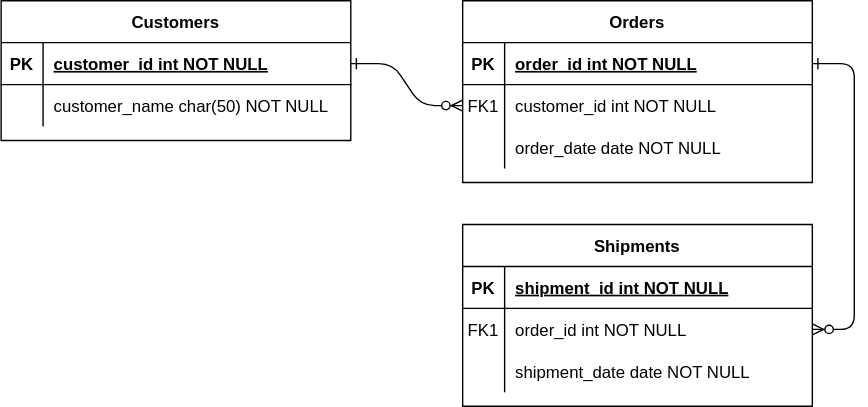
valleymoomin/fastcampus-project-board keeps this draw.io diagram as project-board-erd.svg. Above is the earlier version. Source tidied: cells renumbered, new cells last; positions are measured from the earlier drawing's top-left corner, leaving out a move shared by most shapes.
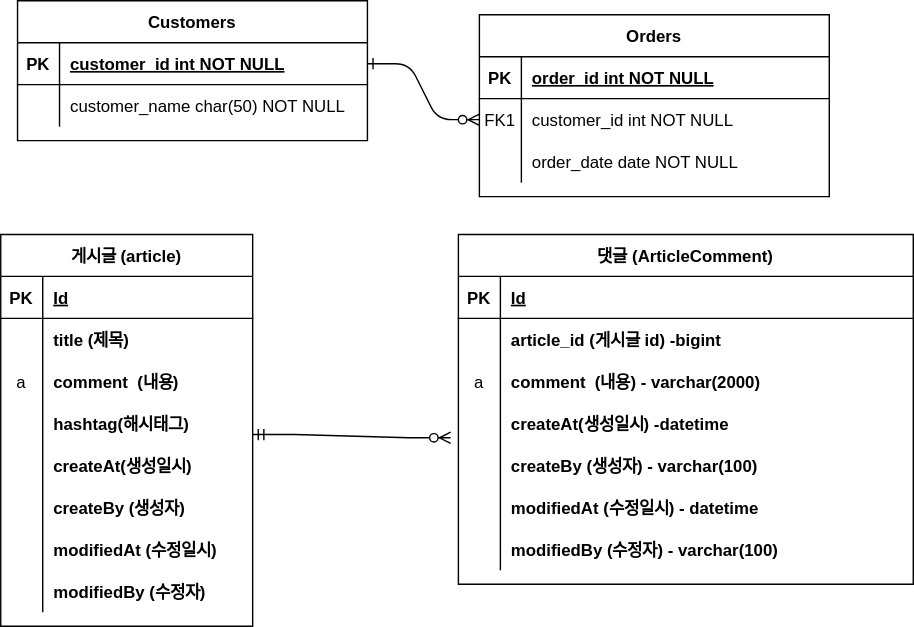
Above is the later version.

Change to the diagram source:
```diff
@@ -5,9 +5,6 @@
     <mxCell id="2" style="edgeStyle=entityRelationEdgeStyle;endArrow=ERzeroToMany;startArrow=ERone;endFill=1;startFill=0;" parent="1" edge="1" source="25" target="8">
       <mxGeometry relative="1" as="geometry" />
     </mxCell>
-    <mxCell id="3" style="edgeStyle=entityRelationEdgeStyle;endArrow=ERzeroToMany;startArrow=ERone;endFill=1;startFill=0;" parent="1" edge="1" source="5" target="18">
-      <mxGeometry relative="1" as="geometry" />
-    </mxCell>
     <mxCell id="4" value="Orders" style="shape=table;startSize=30;rowLines=0;fontStyle=1;align=center;" parent="1" vertex="1">
       <mxGeometry x="330" width="250" height="130" as="geometry" />
     </mxCell>
@@ -38,38 +35,8 @@
     <mxCell id="13" value="order_date date NOT NULL" style="shape=partialRectangle;overflow=hidden;fillColor=none;top=0;left=0;bottom=0;right=0;align=left;spacingLeft=6;" parent="11" vertex="1">
       <mxGeometry x="30" width="220" height="30" as="geometry" />
     </mxCell>
-    <mxCell id="14" value="Shipments" style="shape=table;startSize=30;rowLines=0;fontStyle=1;align=center;" parent="1" vertex="1">
-      <mxGeometry x="330" y="160" width="250" height="130" as="geometry" />
-    </mxCell>
-    <mxCell id="15" style="shape=partialRectangle;fillColor=none;top=0;left=0;right=0;bottom=1;" parent="14" vertex="1">
-      <mxGeometry y="30" width="250" height="30" as="geometry" />
-    </mxCell>
-    <mxCell id="16" value="PK" style="shape=partialRectangle;overflow=hidden;fillColor=none;top=0;left=0;bottom=0;right=0;fontStyle=1;" parent="15" vertex="1">
-      <mxGeometry width="30" height="30" as="geometry" />
-    </mxCell>
-    <mxCell id="17" value="shipment_id int NOT NULL " style="shape=partialRectangle;overflow=hidden;fillColor=none;top=0;left=0;bottom=0;right=0;align=left;spacingLeft=6;fontStyle=5;" parent="15" vertex="1">
-      <mxGeometry x="30" width="220" height="30" as="geometry" />
-    </mxCell>
-    <mxCell id="18" style="shape=partialRectangle;fillColor=none;points=[[0,0.5],[1,0.5]];portConstraint=eastwest;top=0;left=0;right=0;bottom=0;" parent="14" vertex="1">
-      <mxGeometry y="60" width="250" height="30" as="geometry" />
-    </mxCell>
-    <mxCell id="19" value="FK1" style="shape=partialRectangle;overflow=hidden;fillColor=none;top=0;left=0;bottom=0;right=0;" parent="18" vertex="1">
-      <mxGeometry width="30" height="30" as="geometry" />
-    </mxCell>
-    <mxCell id="20" value="order_id int NOT NULL" style="shape=partialRectangle;overflow=hidden;fillColor=none;top=0;left=0;bottom=0;right=0;align=left;spacingLeft=6;" parent="18" vertex="1">
-      <mxGeometry x="30" width="220" height="30" as="geometry" />
-    </mxCell>
-    <mxCell id="21" style="shape=partialRectangle;fillColor=none;top=0;left=0;right=0;bottom=0;" parent="14" vertex="1">
-      <mxGeometry y="90" width="250" height="30" as="geometry" />
-    </mxCell>
-    <mxCell id="22" style="shape=partialRectangle;overflow=hidden;fillColor=none;top=0;left=0;bottom=0;right=0;" parent="21" vertex="1">
-      <mxGeometry width="30" height="30" as="geometry" />
-    </mxCell>
-    <mxCell id="23" value="shipment_date date NOT NULL" style="shape=partialRectangle;overflow=hidden;fillColor=none;top=0;left=0;bottom=0;right=0;align=left;spacingLeft=6;" parent="21" vertex="1">
-      <mxGeometry x="30" width="220" height="30" as="geometry" />
-    </mxCell>
     <mxCell id="24" value="Customers" style="shape=table;startSize=30;rowLines=0;fontStyle=1;align=center;" parent="1" vertex="1">
-      <mxGeometry width="250" height="100" as="geometry" />
+      <mxGeometry y="-10" width="250" height="100" as="geometry" />
     </mxCell>
     <mxCell id="25" style="shape=partialRectangle;fillColor=none;points=[[0,0.5],[1,0.5]];portConstraint=eastwest;top=0;left=0;right=0;bottom=1;" parent="24" vertex="1">
       <mxGeometry y="30" width="250" height="30" as="geometry" />
@@ -89,5 +56,151 @@
     <mxCell id="30" value="customer_name char(50) NOT NULL" style="shape=partialRectangle;overflow=hidden;fillColor=none;top=0;left=0;bottom=0;right=0;align=left;spacingLeft=6;" parent="28" vertex="1">
       <mxGeometry x="30" width="220" height="30" as="geometry" />
     </mxCell>
+    <mxCell id="31" value="게시글 (article)" style="shape=table;startSize=30;rowLines=0;fontStyle=1;align=center;" parent="1" vertex="1">
+      <mxGeometry x="-12" y="157" width="180" height="280" as="geometry" />
+    </mxCell>
+    <mxCell id="32" style="shape=tableRow;horizontal=0;startSize=0;swimlaneHead=0;swimlaneBody=0;fillColor=none;top=0;left=0;right=0;bottom=1;fontStyle=0;" parent="31" vertex="1">
+      <mxGeometry y="30" width="180" height="30" as="geometry" />
+    </mxCell>
+    <mxCell id="33" value="PK" style="shape=partialRectangle;fillColor=none;top=0;left=0;bottom=0;right=0;fontStyle=1;overflow=hidden;" parent="32" vertex="1">
+      <mxGeometry width="30" height="30" as="geometry" />
+    </mxCell>
+    <mxCell id="34" value="Id" style="shape=partialRectangle;fillColor=none;top=0;left=0;bottom=0;right=0;align=left;spacingLeft=6;fontStyle=5;overflow=hidden;" parent="32" vertex="1">
+      <mxGeometry x="30" width="150" height="30" as="geometry" />
+    </mxCell>
+    <mxCell id="35" style="shape=tableRow;horizontal=0;startSize=0;swimlaneHead=0;swimlaneBody=0;fillColor=none;top=0;left=0;right=0;bottom=0;" parent="31" vertex="1">
+      <mxGeometry y="60" width="180" height="30" as="geometry" />
+    </mxCell>
+    <mxCell id="36" style="shape=partialRectangle;fillColor=none;top=0;left=0;bottom=0;right=0;overflow=hidden;" parent="35" vertex="1">
+      <mxGeometry width="30" height="30" as="geometry" />
+    </mxCell>
+    <mxCell id="37" value="title (제목)" style="shape=partialRectangle;fillColor=none;top=0;left=0;bottom=0;right=0;align=left;spacingLeft=6;overflow=hidden;fontStyle=1;" parent="35" vertex="1">
+      <mxGeometry x="30" width="150" height="30" as="geometry" />
+    </mxCell>
+    <mxCell id="38" style="shape=tableRow;horizontal=0;startSize=0;swimlaneHead=0;swimlaneBody=0;fillColor=none;top=0;left=0;right=0;bottom=0;" parent="31" vertex="1">
+      <mxGeometry y="90" width="180" height="30" as="geometry" />
+    </mxCell>
+    <mxCell id="39" value="a" style="shape=partialRectangle;fillColor=none;top=0;left=0;bottom=0;right=0;overflow=hidden;" parent="38" vertex="1">
+      <mxGeometry width="30" height="30" as="geometry" />
+    </mxCell>
+    <mxCell id="40" value="comment  (내용)" style="shape=partialRectangle;fillColor=none;top=0;left=0;bottom=0;right=0;align=left;spacingLeft=6;overflow=hidden;fontStyle=1;" parent="38" vertex="1">
+      <mxGeometry x="30" width="150" height="30" as="geometry" />
+    </mxCell>
+    <mxCell id="41" style="shape=tableRow;horizontal=0;startSize=0;swimlaneHead=0;swimlaneBody=0;fillColor=none;top=0;left=0;right=0;bottom=0;" parent="31" vertex="1">
+      <mxGeometry y="120" width="180" height="30" as="geometry" />
+    </mxCell>
+    <mxCell id="42" style="shape=partialRectangle;fillColor=none;top=0;left=0;bottom=0;right=0;overflow=hidden;" parent="41" vertex="1">
+      <mxGeometry width="30" height="30" as="geometry" />
+    </mxCell>
+    <mxCell id="43" value="hashtag(해시태그)" style="shape=partialRectangle;fillColor=none;top=0;left=0;bottom=0;right=0;align=left;spacingLeft=6;overflow=hidden;fontStyle=1;" parent="41" vertex="1">
+      <mxGeometry x="30" width="150" height="30" as="geometry" />
+    </mxCell>
+    <mxCell id="44" style="shape=tableRow;horizontal=0;startSize=0;swimlaneHead=0;swimlaneBody=0;fillColor=none;top=0;left=0;right=0;bottom=0;" parent="31" vertex="1">
+      <mxGeometry y="150" width="180" height="30" as="geometry" />
+    </mxCell>
+    <mxCell id="45" style="shape=partialRectangle;fillColor=none;top=0;left=0;bottom=0;right=0;overflow=hidden;" parent="44" vertex="1">
+      <mxGeometry width="30" height="30" as="geometry" />
+    </mxCell>
+    <mxCell id="46" value="createAt(생성일시)" style="shape=partialRectangle;fillColor=none;top=0;left=0;bottom=0;right=0;align=left;spacingLeft=6;overflow=hidden;fontStyle=1;" parent="44" vertex="1">
+      <mxGeometry x="30" width="150" height="30" as="geometry" />
+    </mxCell>
+    <mxCell id="47" style="shape=tableRow;horizontal=0;startSize=0;swimlaneHead=0;swimlaneBody=0;fillColor=none;top=0;left=0;right=0;bottom=0;" parent="31" vertex="1">
+      <mxGeometry y="180" width="180" height="30" as="geometry" />
+    </mxCell>
+    <mxCell id="48" style="shape=partialRectangle;fillColor=none;top=0;left=0;bottom=0;right=0;overflow=hidden;" parent="47" vertex="1">
+      <mxGeometry width="30" height="30" as="geometry" />
+    </mxCell>
+    <mxCell id="49" value="createBy (생성자)" style="shape=partialRectangle;fillColor=none;top=0;left=0;bottom=0;right=0;align=left;spacingLeft=6;overflow=hidden;fontStyle=1;" parent="47" vertex="1">
+      <mxGeometry x="30" width="150" height="30" as="geometry" />
+    </mxCell>
+    <mxCell id="50" style="shape=tableRow;horizontal=0;startSize=0;swimlaneHead=0;swimlaneBody=0;fillColor=none;top=0;left=0;right=0;bottom=0;" parent="31" vertex="1">
+      <mxGeometry y="210" width="180" height="30" as="geometry" />
+    </mxCell>
+    <mxCell id="51" style="shape=partialRectangle;fillColor=none;top=0;left=0;bottom=0;right=0;overflow=hidden;" parent="50" vertex="1">
+      <mxGeometry width="30" height="30" as="geometry" />
+    </mxCell>
+    <mxCell id="52" value="modifiedAt (수정일시)" style="shape=partialRectangle;fillColor=none;top=0;left=0;bottom=0;right=0;align=left;spacingLeft=6;overflow=hidden;fontStyle=1;" parent="50" vertex="1">
+      <mxGeometry x="30" width="150" height="30" as="geometry" />
+    </mxCell>
+    <mxCell id="53" style="shape=tableRow;horizontal=0;startSize=0;swimlaneHead=0;swimlaneBody=0;fillColor=none;top=0;left=0;right=0;bottom=0;" parent="31" vertex="1">
+      <mxGeometry y="240" width="180" height="30" as="geometry" />
+    </mxCell>
+    <mxCell id="54" style="shape=partialRectangle;fillColor=none;top=0;left=0;bottom=0;right=0;overflow=hidden;" parent="53" vertex="1">
+      <mxGeometry width="30" height="30" as="geometry" />
+    </mxCell>
+    <mxCell id="55" value="modifiedBy (수정자)" style="shape=partialRectangle;fillColor=none;top=0;left=0;bottom=0;right=0;align=left;spacingLeft=6;overflow=hidden;fontStyle=1;" parent="53" vertex="1">
+      <mxGeometry x="30" width="150" height="30" as="geometry" />
+    </mxCell>
+    <mxCell id="56" value="댓글 (ArticleComment)" style="shape=table;startSize=30;rowLines=0;fontStyle=1;align=center;" parent="1" vertex="1">
+      <mxGeometry x="315" y="157" width="325" height="250" as="geometry" />
+    </mxCell>
+    <mxCell id="57" style="shape=tableRow;horizontal=0;startSize=0;swimlaneHead=0;swimlaneBody=0;fillColor=none;top=0;left=0;right=0;bottom=1;" parent="56" vertex="1">
+      <mxGeometry y="30" width="325" height="30" as="geometry" />
+    </mxCell>
+    <mxCell id="58" value="PK" style="shape=partialRectangle;fillColor=none;top=0;left=0;bottom=0;right=0;fontStyle=1;overflow=hidden;" parent="57" vertex="1">
+      <mxGeometry width="30" height="30" as="geometry" />
+    </mxCell>
+    <mxCell id="59" value="Id" style="shape=partialRectangle;fillColor=none;top=0;left=0;bottom=0;right=0;align=left;spacingLeft=6;fontStyle=5;overflow=hidden;" parent="57" vertex="1">
+      <mxGeometry x="30" width="295" height="30" as="geometry" />
+    </mxCell>
+    <mxCell id="60" style="shape=tableRow;horizontal=0;startSize=0;swimlaneHead=0;swimlaneBody=0;fillColor=none;top=0;left=0;right=0;bottom=0;" parent="56" vertex="1">
+      <mxGeometry y="60" width="325" height="30" as="geometry" />
+    </mxCell>
+    <mxCell id="61" style="shape=partialRectangle;fillColor=none;top=0;left=0;bottom=0;right=0;overflow=hidden;" parent="60" vertex="1">
+      <mxGeometry width="30" height="30" as="geometry" />
+    </mxCell>
+    <mxCell id="62" value="article_id (게시글 id) -bigint" style="shape=partialRectangle;fillColor=none;top=0;left=0;bottom=0;right=0;align=left;spacingLeft=6;overflow=hidden;fontStyle=1;" parent="60" vertex="1">
+      <mxGeometry x="30" width="295" height="30" as="geometry" />
+    </mxCell>
+    <mxCell id="63" style="shape=tableRow;horizontal=0;startSize=0;swimlaneHead=0;swimlaneBody=0;fillColor=none;top=0;left=0;right=0;bottom=0;" parent="56" vertex="1">
+      <mxGeometry y="90" width="325" height="30" as="geometry" />
+    </mxCell>
+    <mxCell id="64" value="a" style="shape=partialRectangle;fillColor=none;top=0;left=0;bottom=0;right=0;overflow=hidden;" parent="63" vertex="1">
+      <mxGeometry width="30" height="30" as="geometry" />
+    </mxCell>
+    <mxCell id="65" value="comment  (내용) - varchar(2000)" style="shape=partialRectangle;fillColor=none;top=0;left=0;bottom=0;right=0;align=left;spacingLeft=6;overflow=hidden;fontStyle=1;" parent="63" vertex="1">
+      <mxGeometry x="30" width="295" height="30" as="geometry" />
+    </mxCell>
+    <mxCell id="66" style="shape=tableRow;horizontal=0;startSize=0;swimlaneHead=0;swimlaneBody=0;fillColor=none;points=[[0,0.5],[1,0.5]];portConstraint=eastwest;top=0;left=0;right=0;bottom=0;" parent="56" vertex="1">
+      <mxGeometry y="120" width="325" height="30" as="geometry" />
+    </mxCell>
+    <mxCell id="67" style="shape=partialRectangle;fillColor=none;top=0;left=0;bottom=0;right=0;overflow=hidden;" parent="66" vertex="1">
+      <mxGeometry width="30" height="30" as="geometry" />
+    </mxCell>
+    <mxCell id="68" value="createAt(생성일시) -datetime" style="shape=partialRectangle;fillColor=none;top=0;left=0;bottom=0;right=0;align=left;spacingLeft=6;overflow=hidden;fontStyle=1;" parent="66" vertex="1">
+      <mxGeometry x="30" width="295" height="30" as="geometry" />
+    </mxCell>
+    <mxCell id="69" style="shape=tableRow;horizontal=0;startSize=0;swimlaneHead=0;swimlaneBody=0;fillColor=none;top=0;left=0;right=0;bottom=0;" parent="56" vertex="1">
+      <mxGeometry y="150" width="325" height="30" as="geometry" />
+    </mxCell>
+    <mxCell id="70" style="shape=partialRectangle;fillColor=none;top=0;left=0;bottom=0;right=0;overflow=hidden;" parent="69" vertex="1">
+      <mxGeometry width="30" height="30" as="geometry" />
+    </mxCell>
+    <mxCell id="71" value="createBy (생성자) - varchar(100)" style="shape=partialRectangle;fillColor=none;top=0;left=0;bottom=0;right=0;align=left;spacingLeft=6;overflow=hidden;fontStyle=1;" parent="69" vertex="1">
+      <mxGeometry x="30" width="295" height="30" as="geometry" />
+    </mxCell>
+    <mxCell id="72" style="shape=tableRow;horizontal=0;startSize=0;swimlaneHead=0;swimlaneBody=0;fillColor=none;top=0;left=0;right=0;bottom=0;" parent="56" vertex="1">
+      <mxGeometry y="180" width="325" height="30" as="geometry" />
+    </mxCell>
+    <mxCell id="73" style="shape=partialRectangle;fillColor=none;top=0;left=0;bottom=0;right=0;overflow=hidden;" parent="72" vertex="1">
+      <mxGeometry width="30" height="30" as="geometry" />
+    </mxCell>
+    <mxCell id="74" value="modifiedAt (수정일시) - datetime" style="shape=partialRectangle;fillColor=none;top=0;left=0;bottom=0;right=0;align=left;spacingLeft=6;overflow=hidden;fontStyle=1;" parent="72" vertex="1">
+      <mxGeometry x="30" width="295" height="30" as="geometry" />
+    </mxCell>
+    <mxCell id="75" style="shape=tableRow;horizontal=0;startSize=0;swimlaneHead=0;swimlaneBody=0;fillColor=none;top=0;left=0;right=0;bottom=0;" parent="56" vertex="1">
+      <mxGeometry y="210" width="325" height="30" as="geometry" />
+    </mxCell>
+    <mxCell id="76" style="shape=partialRectangle;fillColor=none;top=0;left=0;bottom=0;right=0;overflow=hidden;" parent="75" vertex="1">
+      <mxGeometry width="30" height="30" as="geometry" />
+    </mxCell>
+    <mxCell id="77" value="modifiedBy (수정자) - varchar(100)" style="shape=partialRectangle;fillColor=none;top=0;left=0;bottom=0;right=0;align=left;spacingLeft=6;overflow=hidden;fontStyle=1;" parent="75" vertex="1">
+      <mxGeometry x="30" width="295" height="30" as="geometry" />
+    </mxCell>
+    <mxCell id="78" style="edgeStyle=entityRelationEdgeStyle;fontSize=12;html=1;endArrow=ERzeroToMany;startArrow=ERmandOne;rounded=0;entryX=-0.017;entryY=0.844;entryDx=0;entryDy=0;entryPerimeter=0;" parent="1" edge="1" target="66">
+      <mxGeometry relative="1" as="geometry">
+        <mxPoint x="168" y="300" as="sourcePoint" />
+      </mxGeometry>
+    </mxCell>
   </root>
 </mxGraphModel>
```
